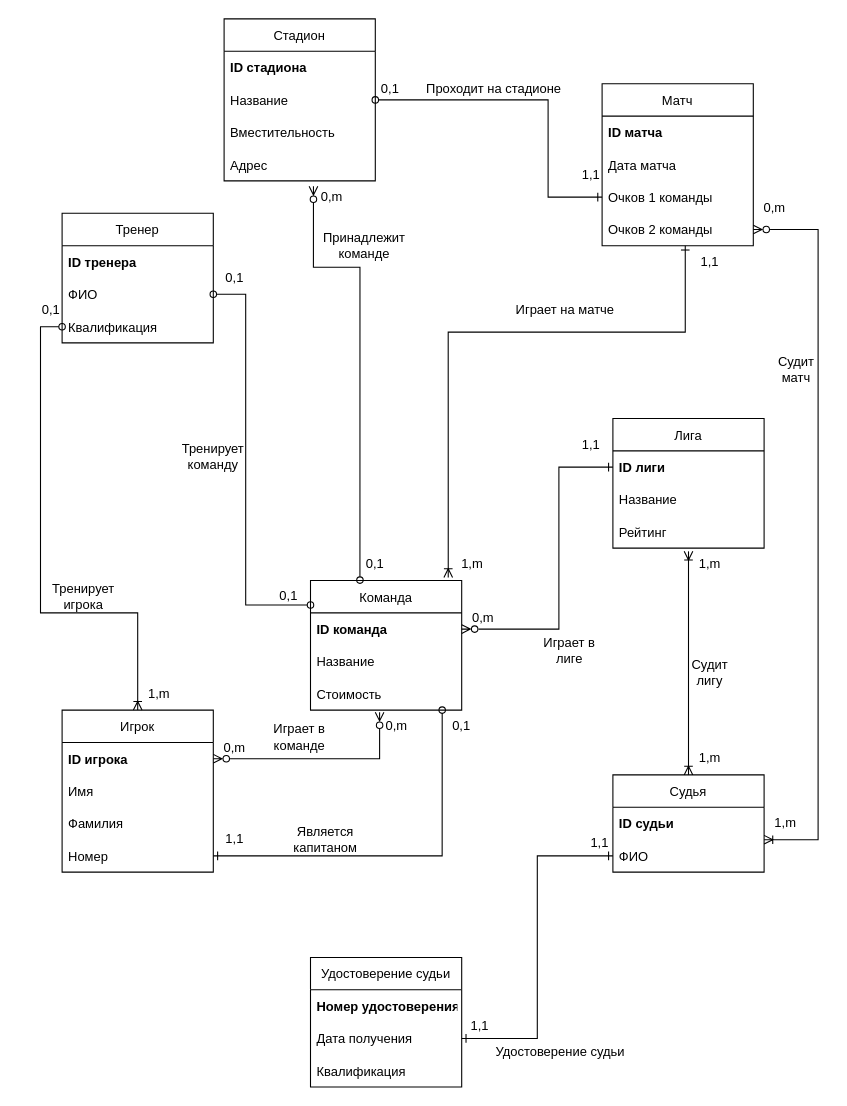
The draw.io diagram Basketball/Untitled Diagram.drawio in netos23/Construction, before the edit. Source tidied: cells renumbered, new cells numbered last; positions are measured from the earlier drawing's top-left corner, leaving out a move shared by most shapes. Both pictures are drawn from the tidied source at 108%, with x=0, y=0 at pixel (18, 18).
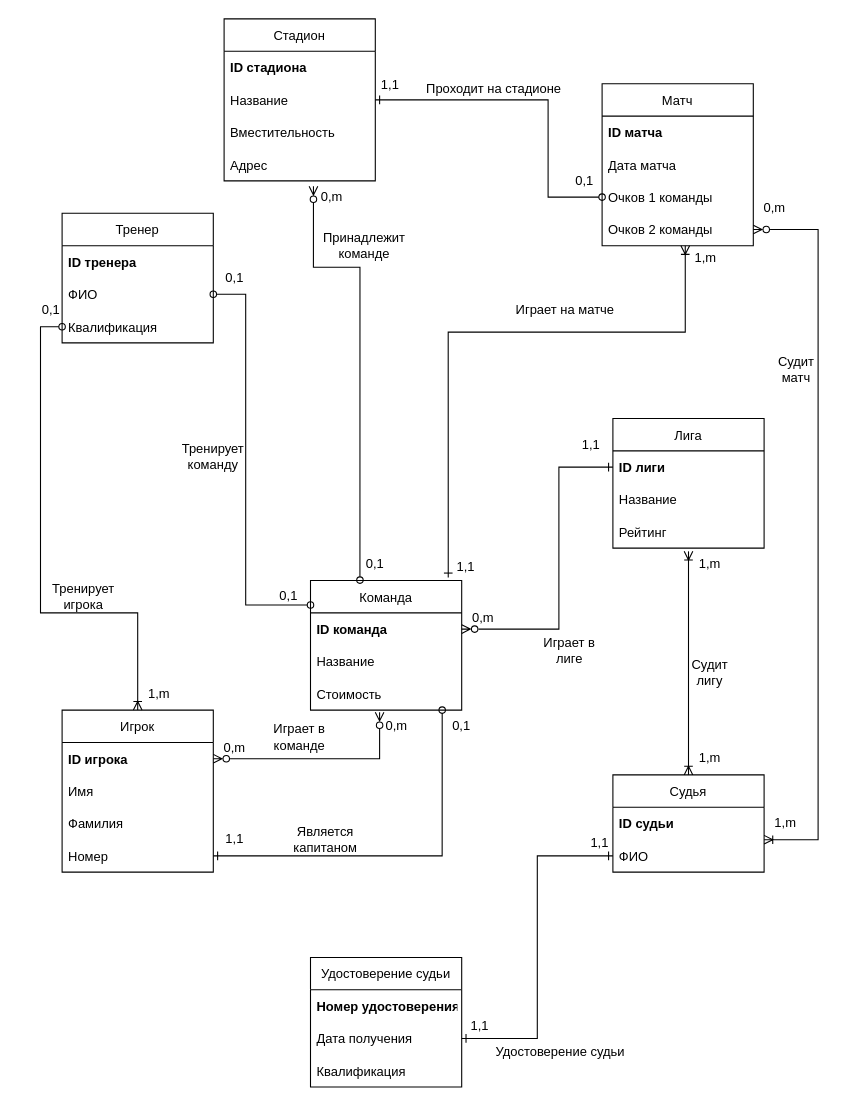
Above is the later version.

The change refers to these unchanged cells:
```xml
<mxCell id="8" value="Команда" style="swimlane;fontStyle=0;horizontal=1;startSize=30;" parent="1" vertex="1">
  <mxGeometry x="270" y="520" width="140" height="120" as="geometry" />
</mxCell>
<mxCell id="19" value="Очков 1 команды" style="text;strokeColor=none;fillColor=none;align=left;verticalAlign=middle;spacingLeft=4;spacingRight=4;overflow=hidden;points=[[0,0.5],[1,0.5]];portConstraint=eastwest;" parent="16" vertex="1">
  <mxGeometry y="90" width="140" height="30" as="geometry" />
</mxCell>
<mxCell id="20" value="Очков 2 команды" style="text;strokeColor=none;fillColor=none;align=left;verticalAlign=middle;spacingLeft=4;spacingRight=4;overflow=hidden;points=[[0,0.5],[1,0.5]];portConstraint=eastwest;" parent="16" vertex="1">
  <mxGeometry y="120" width="140" height="30" as="geometry" />
</mxCell>
<mxCell id="23" value="Название" style="text;strokeColor=none;fillColor=none;align=left;verticalAlign=middle;spacingLeft=4;spacingRight=4;overflow=hidden;points=[[0,0.5],[1,0.5]];portConstraint=eastwest;" parent="21" vertex="1">
  <mxGeometry y="60" width="140" height="30" as="geometry" />
</mxCell>
```

Diff of the diagram source:
```diff
@@
-    <mxCell id="27" style="edgeStyle=orthogonalEdgeStyle;rounded=0;jettySize=auto;html=1;startArrow=ERoneToMany;startFill=0;endArrow=ERone;endFill=0;exitX=0.911;exitY=-0.024;exitDx=0;exitDy=0;exitPerimeter=0;entryX=0.55;entryY=1;entryDx=0;entryDy=0;entryPerimeter=0;" parent="1" edge="1" source="8" target="20">
+    <mxCell id="27" style="edgeStyle=orthogonalEdgeStyle;rounded=0;jettySize=auto;html=1;startArrow=ERone;startFill=0;endArrow=ERoneToMany;endFill=0;exitX=0.911;exitY=-0.024;exitDx=0;exitDy=0;exitPerimeter=0;entryX=0.55;entryY=1;entryDx=0;entryDy=0;entryPerimeter=0;" parent="1" edge="1" source="8" target="20">
       <mxGeometry relative="1" as="geometry">
         <Array as="points">
           <mxPoint x="398" y="290" />
           <mxPoint x="617" y="290" />
         </Array>
       </mxGeometry>
     </mxCell>
-    <mxCell id="28" style="edgeStyle=orthogonalEdgeStyle;rounded=0;jettySize=auto;html=1;startArrow=oval;startFill=0;endArrow=ERone;endFill=0;" parent="1" edge="1" source="23" target="19">
+    <mxCell id="28" style="edgeStyle=orthogonalEdgeStyle;rounded=0;jettySize=auto;html=1;startArrow=ERone;startFill=0;endArrow=oval;endFill=0;" parent="1" edge="1" source="23" target="19">
       <mxGeometry relative="1" as="geometry">
         <Array as="points">
           <mxPoint x="490" y="75" />
           <mxPoint x="490" y="165" />
         </Array>
       </mxGeometry>
     </mxCell>
@@
     <mxCell id="52" value="0,1" style="text;html=1;strokeColor=none;fillColor=none;align=center;verticalAlign=middle;whiteSpace=wrap;rounded=0;" parent="1" vertex="1">
-      <mxGeometry x="314" y="50" width="60" height="30" as="geometry" />
+      <mxGeometry x="494" y="135" width="60" height="30" as="geometry" />
     </mxCell>
     <mxCell id="53" value="1,1" style="text;html=1;strokeColor=none;fillColor=none;align=center;verticalAlign=middle;whiteSpace=wrap;rounded=0;" parent="1" vertex="1">
-      <mxGeometry x="500" y="130" width="60" height="30" as="geometry" />
+      <mxGeometry x="314" y="46" width="60" height="30" as="geometry" />
     </mxCell>
@@
     <mxCell id="55" value="1,1" style="text;html=1;strokeColor=none;fillColor=none;align=center;verticalAlign=middle;whiteSpace=wrap;rounded=0;" parent="1" vertex="1">
-      <mxGeometry x="610" y="210" width="60" height="30" as="geometry" />
+      <mxGeometry x="384" y="493" width="60" height="30" as="geometry" />
     </mxCell>
@@
     <mxCell id="58" value="1,m" style="text;html=1;strokeColor=none;fillColor=none;align=center;verticalAlign=middle;whiteSpace=wrap;rounded=0;" parent="1" vertex="1">
-      <mxGeometry x="390" y="490" width="60" height="30" as="geometry" />
+      <mxGeometry x="606" y="207" width="60" height="30" as="geometry" />
     </mxCell>
```
